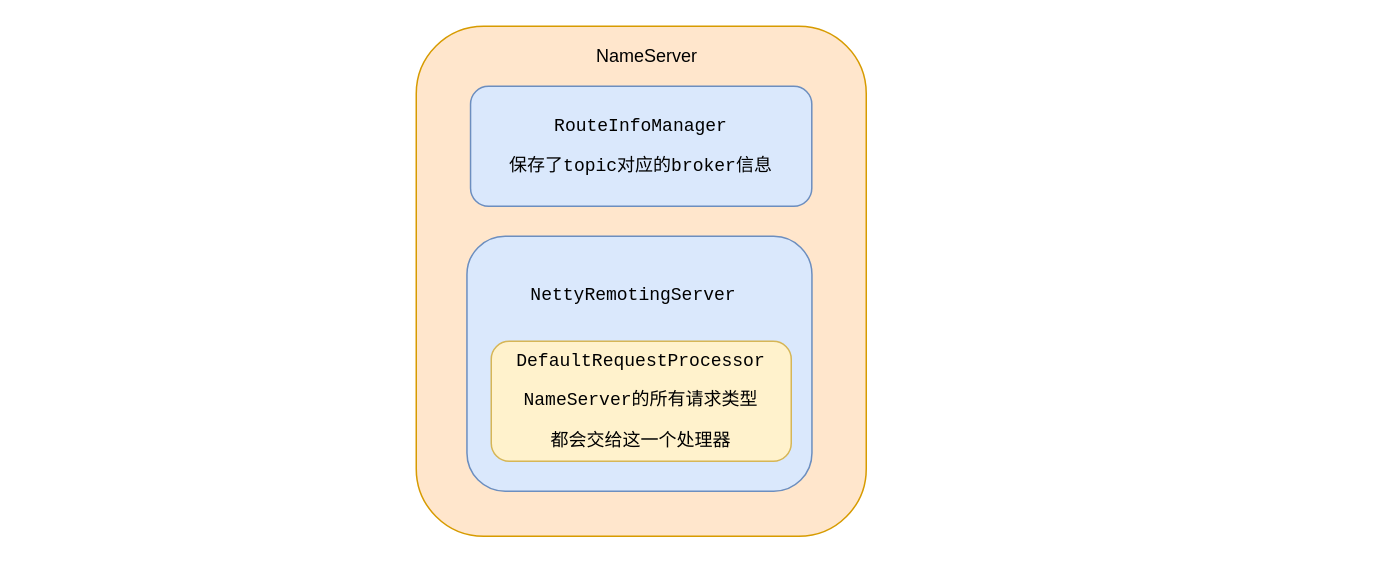
This is rocketmq/nameserver各种组件.drawio from erlieStar/diagrams, a draw.io file, before an edit. Source tidied: cells renumbered, new cells numbered last; positions are measured from the earlier drawing's top-left corner, leaving out a move shared by most shapes. Both pictures are drawn from the tidied source at 150%, with x=0, y=0 at pixel (416, 26).
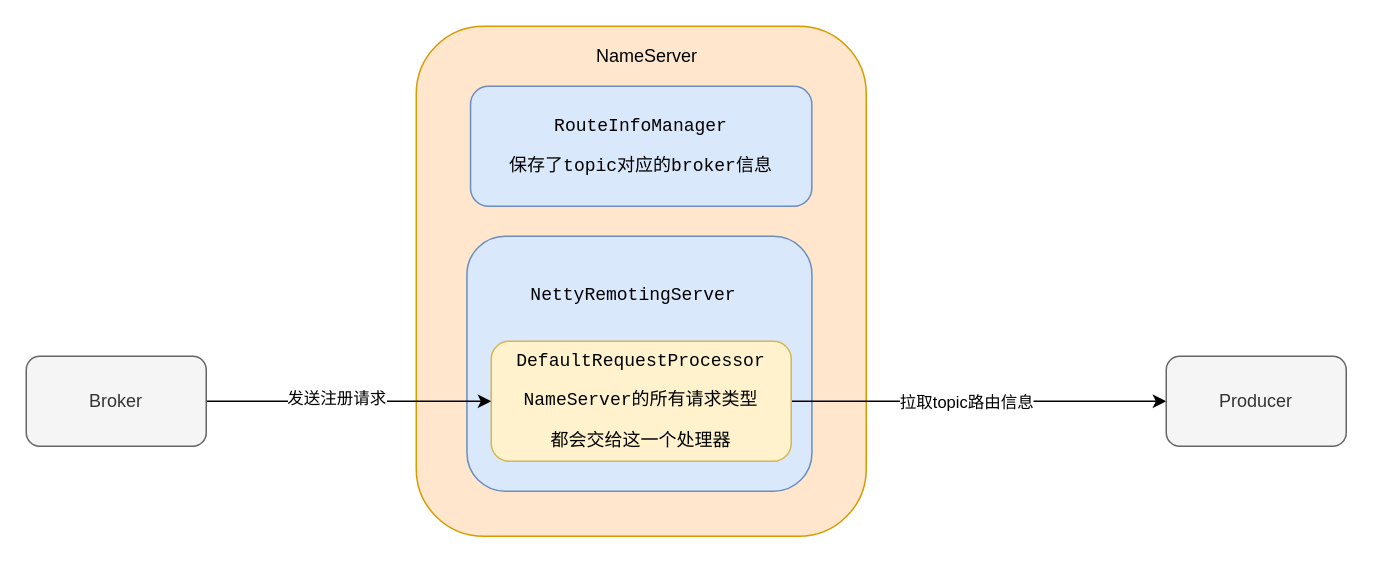
After the change.

Change to the diagram source:
```diff
@@
 <mxGraphModel>
   <root>
     <mxCell id="0" />
     <mxCell id="1" parent="0" />
     <mxCell id="2" style="rounded=1;whiteSpace=wrap;html=1;fillColor=#ffe6cc;strokeColor=#d79b00;" parent="1" vertex="1">
       <mxGeometry width="300" height="340" as="geometry" />
     </mxCell>
     <mxCell id="3" value="NameServer" style="text;html=1;strokeColor=none;fillColor=none;align=center;verticalAlign=middle;whiteSpace=wrap;rounded=0;" parent="1" vertex="1">
       <mxGeometry x="109" y="10" width="90" height="20" as="geometry" />
     </mxCell>
     <mxCell id="4" value="&lt;pre&gt;RouteInfoManager&lt;/pre&gt;&lt;pre&gt;保存了topic对应的broker信息&lt;/pre&gt;" style="rounded=1;whiteSpace=wrap;html=1;fillColor=#dae8fc;strokeColor=#6c8ebf;" parent="1" vertex="1">
       <mxGeometry x="36.2" y="40" width="227.5" height="80" as="geometry" />
     </mxCell>
     <mxCell id="5" value="&lt;pre&gt;&lt;pre&gt;&lt;br&gt;&lt;/pre&gt;&lt;/pre&gt;" style="rounded=1;whiteSpace=wrap;html=1;fillColor=#dae8fc;strokeColor=#6c8ebf;" parent="1" vertex="1">
       <mxGeometry x="33.8" y="140" width="230" height="170" as="geometry" />
     </mxCell>
     <mxCell id="6" value="&lt;pre&gt;NettyRemotingServer&lt;/pre&gt;" style="text;html=1;strokeColor=none;fillColor=none;align=center;verticalAlign=middle;whiteSpace=wrap;rounded=0;" parent="1" vertex="1">
       <mxGeometry x="55" y="170" width="180" height="20" as="geometry" />
     </mxCell>
+    <mxCell id="8" style="edgeStyle=orthogonalEdgeStyle;rounded=0;jettySize=auto;html=1;exitX=1;exitY=0.5;exitDx=0;exitDy=0;entryX=0;entryY=0.5;entryDx=0;entryDy=0;" parent="1" edge="1" source="7" target="13">
+      <mxGeometry relative="1" as="geometry" />
+    </mxCell>
+    <mxCell id="9" value="拉取topic路由信息" style="edgeLabel;html=1;align=center;verticalAlign=middle;" parent="8" vertex="1">
+      <mxGeometry x="-0.07" relative="1" as="geometry" />
+    </mxCell>
     <mxCell id="7" value="&lt;pre&gt;DefaultRequestProcessor&lt;/pre&gt;&lt;pre&gt;NameServer的所有请求类型&lt;/pre&gt;&lt;pre&gt;都会交给这一个处理器&lt;/pre&gt;" style="rounded=1;whiteSpace=wrap;html=1;fillColor=#fff2cc;strokeColor=#d6b656;" parent="1" vertex="1">
       <mxGeometry x="50" y="210" width="200" height="80" as="geometry" />
     </mxCell>
+    <mxCell id="10" style="edgeStyle=orthogonalEdgeStyle;rounded=0;jettySize=auto;html=1;exitX=1;exitY=0.5;exitDx=0;exitDy=0;entryX=0;entryY=0.5;entryDx=0;entryDy=0;" parent="1" edge="1" source="12" target="7">
+      <mxGeometry relative="1" as="geometry" />
+    </mxCell>
+    <mxCell id="11" value="发送注册请求" style="edgeLabel;html=1;align=center;verticalAlign=middle;" parent="10" vertex="1">
+      <mxGeometry x="-0.09" y="3" relative="1" as="geometry" />
+    </mxCell>
+    <mxCell id="12" value="Broker" style="rounded=1;whiteSpace=wrap;html=1;fillColor=#f5f5f5;strokeColor=#666666;fontColor=#333333;" parent="1" vertex="1">
+      <mxGeometry x="-260" y="220" width="120" height="60" as="geometry" />
+    </mxCell>
+    <mxCell id="13" value="Producer" style="rounded=1;whiteSpace=wrap;html=1;fillColor=#f5f5f5;strokeColor=#666666;fontColor=#333333;" parent="1" vertex="1">
+      <mxGeometry x="500" y="220" width="120" height="60" as="geometry" />
+    </mxCell>
   </root>
 </mxGraphModel>
```
